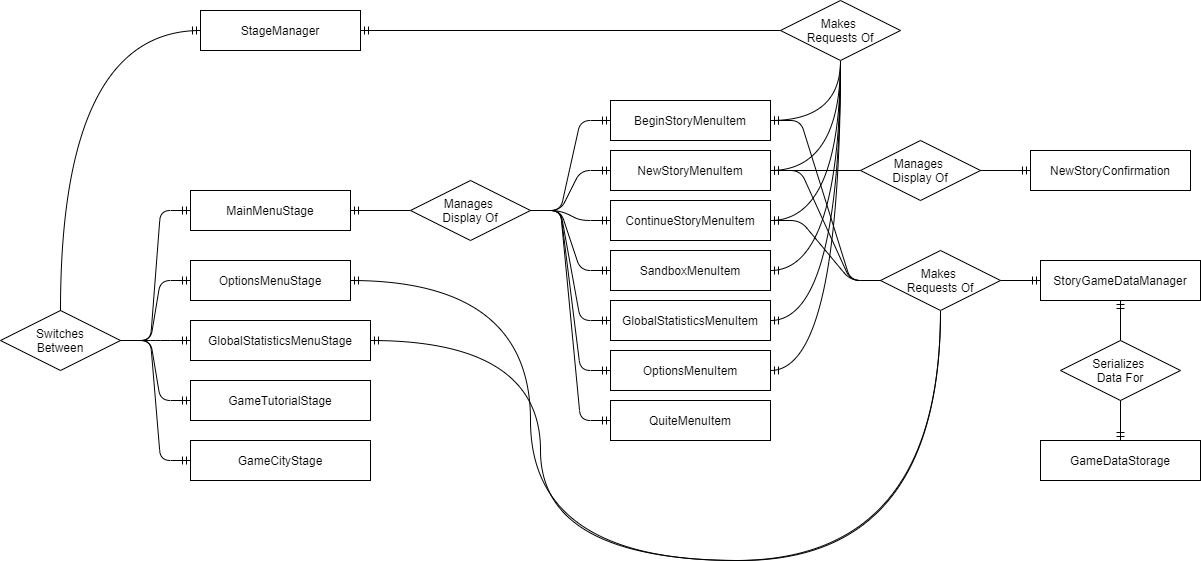
Before: docs/images/main_menu_erd.png, a diagram exported from draw.io (gaudeon/interstice_fall_of_atlas). Source tidied: cells renumbered, new cells last; positions are measured from the earlier drawing's top-left corner, leaving out a move shared by most shapes.
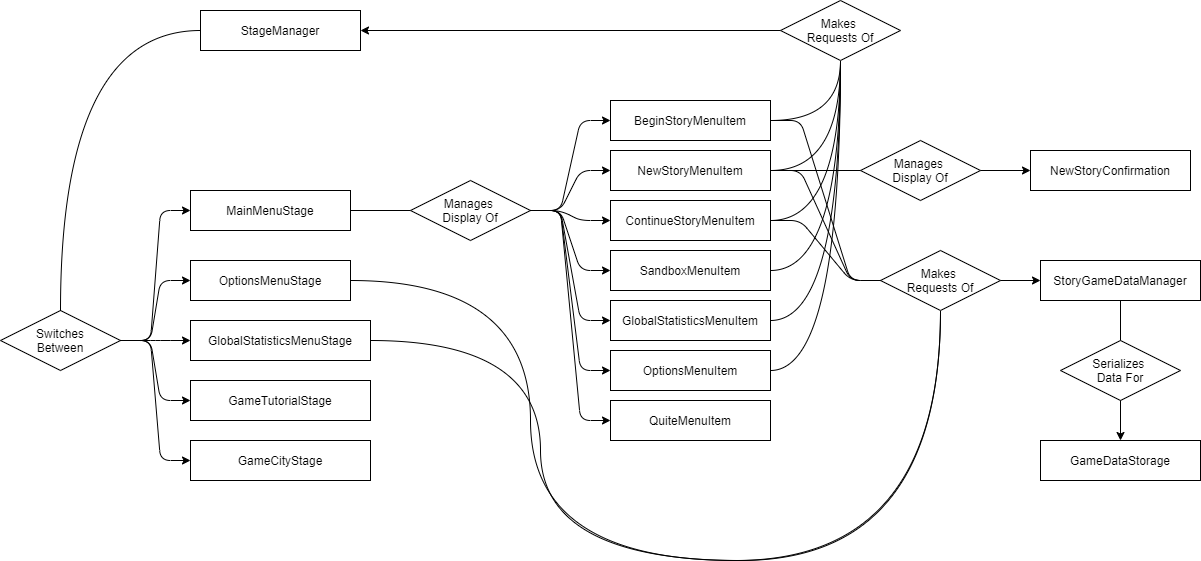
Above is the later version.

What changed in the source:
```diff
@@ -53,55 +53,55 @@
     <mxCell id="18" value="Switches&lt;br&gt;Between" style="shape=rhombus;perimeter=rhombusPerimeter;whiteSpace=wrap;html=1;align=center;" parent="1" vertex="1">
       <mxGeometry y="310" width="120" height="60" as="geometry" />
     </mxCell>
-    <mxCell id="19" style="edgeStyle=entityRelationEdgeStyle;fontSize=12;html=1;endArrow=ERmandOne;endFill=0;exitX=1;exitY=0.5;exitDx=0;exitDy=0;entryX=0;entryY=0.5;entryDx=0;entryDy=0;" parent="1" edge="1" source="18" target="17">
+    <mxCell id="19" style="edgeStyle=entityRelationEdgeStyle;fontSize=12;html=1;endArrow=classic;endFill=1;exitX=1;exitY=0.5;exitDx=0;exitDy=0;entryX=0;entryY=0.5;entryDx=0;entryDy=0;" parent="1" edge="1" source="18" target="17">
       <mxGeometry relative="1" as="geometry" />
     </mxCell>
-    <mxCell id="20" style="edgeStyle=entityRelationEdgeStyle;fontSize=12;html=1;endArrow=ERmandOne;endFill=0;exitX=1;exitY=0.5;exitDx=0;exitDy=0;entryX=0;entryY=0.5;entryDx=0;entryDy=0;" parent="1" edge="1" source="18" target="16">
+    <mxCell id="20" style="edgeStyle=entityRelationEdgeStyle;fontSize=12;html=1;endArrow=classic;endFill=1;exitX=1;exitY=0.5;exitDx=0;exitDy=0;entryX=0;entryY=0.5;entryDx=0;entryDy=0;" parent="1" edge="1" source="18" target="16">
       <mxGeometry relative="1" as="geometry" />
     </mxCell>
-    <mxCell id="21" style="edgeStyle=entityRelationEdgeStyle;fontSize=12;html=1;endArrow=ERmandOne;endFill=0;exitX=1;exitY=0.5;exitDx=0;exitDy=0;entryX=0;entryY=0.5;entryDx=0;entryDy=0;" parent="1" edge="1" source="18" target="15">
+    <mxCell id="21" style="edgeStyle=entityRelationEdgeStyle;fontSize=12;html=1;endArrow=classic;endFill=1;exitX=1;exitY=0.5;exitDx=0;exitDy=0;entryX=0;entryY=0.5;entryDx=0;entryDy=0;" parent="1" edge="1" source="18" target="15">
       <mxGeometry relative="1" as="geometry" />
     </mxCell>
-    <mxCell id="22" style="edgeStyle=entityRelationEdgeStyle;fontSize=12;html=1;endArrow=ERmandOne;endFill=0;exitX=1;exitY=0.5;exitDx=0;exitDy=0;entryX=0;entryY=0.5;entryDx=0;entryDy=0;" parent="1" edge="1" source="18" target="14">
+    <mxCell id="22" style="edgeStyle=entityRelationEdgeStyle;fontSize=12;html=1;endArrow=classic;endFill=1;exitX=1;exitY=0.5;exitDx=0;exitDy=0;entryX=0;entryY=0.5;entryDx=0;entryDy=0;" parent="1" edge="1" source="18" target="14">
       <mxGeometry relative="1" as="geometry" />
     </mxCell>
-    <mxCell id="23" style="edgeStyle=entityRelationEdgeStyle;fontSize=12;html=1;endArrow=ERmandOne;endFill=0;exitX=1;exitY=0.5;exitDx=0;exitDy=0;entryX=0;entryY=0.5;entryDx=0;entryDy=0;" parent="1" edge="1" source="18" target="3">
+    <mxCell id="23" style="edgeStyle=entityRelationEdgeStyle;fontSize=12;html=1;endArrow=classic;endFill=1;exitX=1;exitY=0.5;exitDx=0;exitDy=0;entryX=0;entryY=0.5;entryDx=0;entryDy=0;" parent="1" edge="1" source="18" target="3">
       <mxGeometry relative="1" as="geometry" />
     </mxCell>
     <mxCell id="24" value="Manages &lt;br&gt;Display Of" style="shape=rhombus;perimeter=rhombusPerimeter;whiteSpace=wrap;html=1;align=center;" parent="1" vertex="1">
       <mxGeometry x="410" y="180" width="120" height="60" as="geometry" />
     </mxCell>
-    <mxCell id="25" style="fontSize=12;html=1;endArrow=none;startArrow=ERmandOne;exitX=1;exitY=0.5;exitDx=0;exitDy=0;entryX=0;entryY=0.5;entryDx=0;entryDy=0;endFill=0;" parent="1" edge="1" source="3" target="24">
+    <mxCell id="25" style="fontSize=12;html=1;endArrow=none;startArrow=none;exitX=1;exitY=0.5;exitDx=0;exitDy=0;entryX=0;entryY=0.5;entryDx=0;entryDy=0;endFill=0;startFill=0;" parent="1" edge="1" source="3" target="24">
       <mxGeometry relative="1" as="geometry" />
     </mxCell>
-    <mxCell id="26" style="edgeStyle=entityRelationEdgeStyle;fontSize=12;html=1;endArrow=ERmandOne;endFill=0;exitX=1;exitY=0.5;exitDx=0;exitDy=0;entryX=0;entryY=0.5;entryDx=0;entryDy=0;" parent="1" edge="1" source="24" target="8">
+    <mxCell id="26" style="edgeStyle=entityRelationEdgeStyle;fontSize=12;html=1;endArrow=classic;endFill=1;exitX=1;exitY=0.5;exitDx=0;exitDy=0;entryX=0;entryY=0.5;entryDx=0;entryDy=0;" parent="1" edge="1" source="24" target="8">
       <mxGeometry relative="1" as="geometry" />
     </mxCell>
-    <mxCell id="27" style="edgeStyle=entityRelationEdgeStyle;fontSize=12;html=1;endArrow=ERmandOne;endFill=0;exitX=1;exitY=0.5;exitDx=0;exitDy=0;entryX=0;entryY=0.5;entryDx=0;entryDy=0;" parent="1" edge="1" source="24" target="4">
+    <mxCell id="27" style="edgeStyle=entityRelationEdgeStyle;fontSize=12;html=1;endArrow=classic;endFill=1;exitX=1;exitY=0.5;exitDx=0;exitDy=0;entryX=0;entryY=0.5;entryDx=0;entryDy=0;" parent="1" edge="1" source="24" target="4">
       <mxGeometry relative="1" as="geometry" />
     </mxCell>
-    <mxCell id="28" style="edgeStyle=entityRelationEdgeStyle;fontSize=12;html=1;endArrow=ERmandOne;endFill=0;exitX=1;exitY=0.5;exitDx=0;exitDy=0;entryX=0;entryY=0.5;entryDx=0;entryDy=0;" parent="1" edge="1" source="24" target="9">
+    <mxCell id="28" style="edgeStyle=entityRelationEdgeStyle;fontSize=12;html=1;endArrow=classic;endFill=1;exitX=1;exitY=0.5;exitDx=0;exitDy=0;entryX=0;entryY=0.5;entryDx=0;entryDy=0;" parent="1" edge="1" source="24" target="9">
       <mxGeometry relative="1" as="geometry" />
     </mxCell>
-    <mxCell id="29" style="edgeStyle=entityRelationEdgeStyle;fontSize=12;html=1;endArrow=ERmandOne;endFill=0;exitX=1;exitY=0.5;exitDx=0;exitDy=0;entryX=0;entryY=0.5;entryDx=0;entryDy=0;" parent="1" edge="1" source="24" target="10">
+    <mxCell id="29" style="edgeStyle=entityRelationEdgeStyle;fontSize=12;html=1;endArrow=classic;endFill=1;exitX=1;exitY=0.5;exitDx=0;exitDy=0;entryX=0;entryY=0.5;entryDx=0;entryDy=0;" parent="1" edge="1" source="24" target="10">
       <mxGeometry relative="1" as="geometry" />
     </mxCell>
-    <mxCell id="30" style="edgeStyle=entityRelationEdgeStyle;fontSize=12;html=1;endArrow=ERmandOne;endFill=0;exitX=1;exitY=0.5;exitDx=0;exitDy=0;entryX=0;entryY=0.5;entryDx=0;entryDy=0;" parent="1" edge="1" source="24" target="13">
+    <mxCell id="30" style="edgeStyle=entityRelationEdgeStyle;fontSize=12;html=1;endArrow=classic;endFill=1;exitX=1;exitY=0.5;exitDx=0;exitDy=0;entryX=0;entryY=0.5;entryDx=0;entryDy=0;" parent="1" edge="1" source="24" target="13">
       <mxGeometry relative="1" as="geometry" />
     </mxCell>
-    <mxCell id="31" style="edgeStyle=entityRelationEdgeStyle;fontSize=12;html=1;endArrow=ERmandOne;endFill=0;exitX=1;exitY=0.5;exitDx=0;exitDy=0;entryX=0;entryY=0.5;entryDx=0;entryDy=0;" parent="1" edge="1" source="24" target="12">
+    <mxCell id="31" style="edgeStyle=entityRelationEdgeStyle;fontSize=12;html=1;endArrow=classic;endFill=1;exitX=1;exitY=0.5;exitDx=0;exitDy=0;entryX=0;entryY=0.5;entryDx=0;entryDy=0;" parent="1" edge="1" source="24" target="12">
       <mxGeometry relative="1" as="geometry" />
     </mxCell>
-    <mxCell id="32" style="edgeStyle=entityRelationEdgeStyle;fontSize=12;html=1;endArrow=ERmandOne;endFill=0;exitX=1;exitY=0.5;exitDx=0;exitDy=0;entryX=0;entryY=0.5;entryDx=0;entryDy=0;" parent="1" edge="1" source="24" target="11">
+    <mxCell id="32" style="edgeStyle=entityRelationEdgeStyle;fontSize=12;html=1;endArrow=classic;endFill=1;exitX=1;exitY=0.5;exitDx=0;exitDy=0;entryX=0;entryY=0.5;entryDx=0;entryDy=0;" parent="1" edge="1" source="24" target="11">
       <mxGeometry relative="1" as="geometry" />
     </mxCell>
     <mxCell id="33" value="Manages &lt;br&gt;Display Of" style="shape=rhombus;perimeter=rhombusPerimeter;whiteSpace=wrap;html=1;align=center;" parent="1" vertex="1">
       <mxGeometry x="860" y="140" width="120" height="60" as="geometry" />
     </mxCell>
-    <mxCell id="34" style="fontSize=12;html=1;endArrow=none;startArrow=ERmandOne;exitX=1;exitY=0.5;exitDx=0;exitDy=0;entryX=0;entryY=0.5;entryDx=0;entryDy=0;endFill=0;" parent="1" edge="1" source="4" target="33">
+    <mxCell id="34" style="fontSize=12;html=1;endArrow=none;startArrow=none;exitX=1;exitY=0.5;exitDx=0;exitDy=0;entryX=0;entryY=0.5;entryDx=0;entryDy=0;endFill=0;startFill=0;" parent="1" edge="1" source="4" target="33">
       <mxGeometry relative="1" as="geometry" />
     </mxCell>
-    <mxCell id="35" style="fontSize=12;html=1;endArrow=ERmandOne;endFill=0;exitX=1;exitY=0.5;exitDx=0;exitDy=0;entryX=0;entryY=0.5;entryDx=0;entryDy=0;" parent="1" edge="1" source="33" target="5">
+    <mxCell id="35" style="fontSize=12;html=1;endArrow=classic;endFill=1;exitX=1;exitY=0.5;exitDx=0;exitDy=0;entryX=0;entryY=0.5;entryDx=0;entryDy=0;" parent="1" edge="1" source="33" target="5">
       <mxGeometry relative="1" as="geometry" />
     </mxCell>
     <mxCell id="36" value="Makes &lt;br&gt;Requests Of" style="shape=rhombus;perimeter=rhombusPerimeter;whiteSpace=wrap;html=1;align=center;" parent="1" vertex="1">
@@ -110,55 +110,55 @@
     <mxCell id="37" style="edgeStyle=none;rounded=0;orthogonalLoop=1;jettySize=auto;html=1;exitX=0.25;exitY=1;exitDx=0;exitDy=0;entryX=0.5;entryY=1;entryDx=0;entryDy=0;endArrow=none;endFill=0;" parent="1" edge="1" source="6" target="6">
       <mxGeometry relative="1" as="geometry" />
     </mxCell>
-    <mxCell id="38" style="edgeStyle=entityRelationEdgeStyle;fontSize=12;html=1;endArrow=none;startArrow=ERmandOne;exitX=1;exitY=0.5;exitDx=0;exitDy=0;entryX=0;entryY=0.5;entryDx=0;entryDy=0;endFill=0;" parent="1" edge="1" source="8" target="36">
+    <mxCell id="38" style="edgeStyle=entityRelationEdgeStyle;fontSize=12;html=1;endArrow=none;startArrow=none;exitX=1;exitY=0.5;exitDx=0;exitDy=0;entryX=0;entryY=0.5;entryDx=0;entryDy=0;endFill=0;startFill=0;" parent="1" edge="1" source="8" target="36">
       <mxGeometry relative="1" as="geometry" />
     </mxCell>
-    <mxCell id="39" style="edgeStyle=entityRelationEdgeStyle;fontSize=12;html=1;endArrow=none;startArrow=ERmandOne;exitX=1;exitY=0.5;exitDx=0;exitDy=0;entryX=0;entryY=0.5;entryDx=0;entryDy=0;endFill=0;" parent="1" edge="1" source="4" target="36">
+    <mxCell id="39" style="edgeStyle=entityRelationEdgeStyle;fontSize=12;html=1;endArrow=none;startArrow=none;exitX=1;exitY=0.5;exitDx=0;exitDy=0;entryX=0;entryY=0.5;entryDx=0;entryDy=0;endFill=0;startFill=0;" parent="1" edge="1" source="4" target="36">
       <mxGeometry relative="1" as="geometry" />
     </mxCell>
-    <mxCell id="40" style="edgeStyle=entityRelationEdgeStyle;fontSize=12;html=1;endArrow=none;startArrow=ERmandOne;exitX=1;exitY=0.5;exitDx=0;exitDy=0;entryX=0;entryY=0.5;entryDx=0;entryDy=0;endFill=0;" parent="1" edge="1" source="9" target="36">
+    <mxCell id="40" style="edgeStyle=entityRelationEdgeStyle;fontSize=12;html=1;endArrow=none;startArrow=none;exitX=1;exitY=0.5;exitDx=0;exitDy=0;entryX=0;entryY=0.5;entryDx=0;entryDy=0;endFill=0;startFill=0;" parent="1" edge="1" source="9" target="36">
       <mxGeometry relative="1" as="geometry" />
     </mxCell>
-    <mxCell id="41" style="fontSize=12;html=1;endArrow=ERmandOne;endFill=0;exitX=1;exitY=0.5;exitDx=0;exitDy=0;entryX=0;entryY=0.5;entryDx=0;entryDy=0;" parent="1" edge="1" source="36" target="6">
+    <mxCell id="41" style="fontSize=12;html=1;endArrow=classic;endFill=1;exitX=1;exitY=0.5;exitDx=0;exitDy=0;entryX=0;entryY=0.5;entryDx=0;entryDy=0;" parent="1" edge="1" source="36" target="6">
       <mxGeometry relative="1" as="geometry" />
     </mxCell>
     <mxCell id="42" value="Serializes &lt;br&gt;Data For" style="shape=rhombus;perimeter=rhombusPerimeter;whiteSpace=wrap;html=1;align=center;" parent="1" vertex="1">
       <mxGeometry x="1060" y="340" width="120" height="60" as="geometry" />
     </mxCell>
-    <mxCell id="43" style="fontSize=12;html=1;endArrow=none;startArrow=ERmandOne;exitX=0.5;exitY=1;exitDx=0;exitDy=0;entryX=0.5;entryY=0;entryDx=0;entryDy=0;endFill=0;" parent="1" edge="1" source="6" target="42">
+    <mxCell id="43" style="fontSize=12;html=1;endArrow=none;startArrow=none;exitX=0.5;exitY=1;exitDx=0;exitDy=0;entryX=0.5;entryY=0;entryDx=0;entryDy=0;endFill=0;startFill=0;" parent="1" edge="1" source="6" target="42">
       <mxGeometry relative="1" as="geometry" />
     </mxCell>
-    <mxCell id="44" style="fontSize=12;html=1;endArrow=none;startArrow=ERmandOne;exitX=0.5;exitY=0;exitDx=0;exitDy=0;entryX=0.5;entryY=1;entryDx=0;entryDy=0;endFill=0;" parent="1" edge="1" source="7" target="42">
+    <mxCell id="44" style="fontSize=12;html=1;endArrow=none;startArrow=classic;exitX=0.5;exitY=0;exitDx=0;exitDy=0;entryX=0.5;entryY=1;entryDx=0;entryDy=0;endFill=0;startFill=1;" parent="1" edge="1" source="7" target="42">
       <mxGeometry relative="1" as="geometry" />
     </mxCell>
-    <mxCell id="45" style="edgeStyle=orthogonalEdgeStyle;fontSize=12;html=1;endArrow=ERmandOne;exitX=0.5;exitY=0;exitDx=0;exitDy=0;entryX=0;entryY=0.5;entryDx=0;entryDy=0;curved=1;" parent="1" edge="1" source="18" target="2">
+    <mxCell id="45" style="edgeStyle=orthogonalEdgeStyle;fontSize=12;html=1;endArrow=none;exitX=0.5;exitY=0;exitDx=0;exitDy=0;entryX=0;entryY=0.5;entryDx=0;entryDy=0;curved=1;endFill=0;" parent="1" edge="1" source="18" target="2">
       <mxGeometry relative="1" as="geometry" />
     </mxCell>
     <mxCell id="46" value="Makes &lt;br&gt;Requests Of" style="shape=rhombus;perimeter=rhombusPerimeter;whiteSpace=wrap;html=1;align=center;" parent="1" vertex="1">
       <mxGeometry x="780" width="120" height="60" as="geometry" />
     </mxCell>
-    <mxCell id="47" style="edgeStyle=orthogonalEdgeStyle;fontSize=12;html=1;endArrow=none;startArrow=ERmandOne;exitX=1;exitY=0.5;exitDx=0;exitDy=0;entryX=0.5;entryY=1;entryDx=0;entryDy=0;endFill=0;curved=1;" parent="1" edge="1" source="8" target="46">
+    <mxCell id="47" style="edgeStyle=orthogonalEdgeStyle;fontSize=12;html=1;endArrow=none;startArrow=none;exitX=1;exitY=0.5;exitDx=0;exitDy=0;entryX=0.5;entryY=1;entryDx=0;entryDy=0;endFill=0;curved=1;startFill=0;" parent="1" edge="1" source="8" target="46">
       <mxGeometry relative="1" as="geometry" />
     </mxCell>
-    <mxCell id="48" style="edgeStyle=orthogonalEdgeStyle;fontSize=12;html=1;endArrow=none;startArrow=ERmandOne;exitX=1;exitY=0.5;exitDx=0;exitDy=0;entryX=0.5;entryY=1;entryDx=0;entryDy=0;endFill=0;curved=1;" parent="1" edge="1" source="4" target="46">
+    <mxCell id="48" style="edgeStyle=orthogonalEdgeStyle;fontSize=12;html=1;endArrow=none;startArrow=none;exitX=1;exitY=0.5;exitDx=0;exitDy=0;entryX=0.5;entryY=1;entryDx=0;entryDy=0;endFill=0;curved=1;startFill=0;" parent="1" edge="1" source="4" target="46">
       <mxGeometry relative="1" as="geometry" />
     </mxCell>
-    <mxCell id="49" style="edgeStyle=orthogonalEdgeStyle;fontSize=12;html=1;endArrow=none;startArrow=ERmandOne;exitX=1;exitY=0.5;exitDx=0;exitDy=0;entryX=0.5;entryY=1;entryDx=0;entryDy=0;endFill=0;curved=1;" parent="1" edge="1" source="9" target="46">
+    <mxCell id="49" style="edgeStyle=orthogonalEdgeStyle;fontSize=12;html=1;endArrow=none;startArrow=none;exitX=1;exitY=0.5;exitDx=0;exitDy=0;entryX=0.5;entryY=1;entryDx=0;entryDy=0;endFill=0;curved=1;startFill=0;" parent="1" edge="1" source="9" target="46">
       <mxGeometry relative="1" as="geometry" />
     </mxCell>
-    <mxCell id="50" style="edgeStyle=orthogonalEdgeStyle;fontSize=12;html=1;endArrow=none;startArrow=ERmandOne;exitX=1;exitY=0.5;exitDx=0;exitDy=0;entryX=0.5;entryY=1;entryDx=0;entryDy=0;endFill=0;curved=1;" parent="1" edge="1" source="10" target="46">
+    <mxCell id="50" style="edgeStyle=orthogonalEdgeStyle;fontSize=12;html=1;endArrow=none;startArrow=none;exitX=1;exitY=0.5;exitDx=0;exitDy=0;entryX=0.5;entryY=1;entryDx=0;entryDy=0;endFill=0;curved=1;startFill=0;" parent="1" edge="1" source="10" target="46">
       <mxGeometry relative="1" as="geometry" />
     </mxCell>
-    <mxCell id="51" style="edgeStyle=orthogonalEdgeStyle;fontSize=12;html=1;endArrow=none;startArrow=ERmandOne;exitX=1;exitY=0.5;exitDx=0;exitDy=0;entryX=0.5;entryY=1;entryDx=0;entryDy=0;endFill=0;curved=1;" parent="1" edge="1" source="13" target="46">
+    <mxCell id="51" style="edgeStyle=orthogonalEdgeStyle;fontSize=12;html=1;endArrow=none;startArrow=none;exitX=1;exitY=0.5;exitDx=0;exitDy=0;entryX=0.5;entryY=1;entryDx=0;entryDy=0;endFill=0;curved=1;startFill=0;" parent="1" edge="1" source="13" target="46">
       <mxGeometry relative="1" as="geometry" />
     </mxCell>
-    <mxCell id="52" style="edgeStyle=orthogonalEdgeStyle;fontSize=12;html=1;endArrow=none;startArrow=ERmandOne;exitX=1;exitY=0.5;exitDx=0;exitDy=0;entryX=0.5;entryY=1;entryDx=0;entryDy=0;endFill=0;curved=1;" parent="1" edge="1" source="12" target="46">
+    <mxCell id="52" style="edgeStyle=orthogonalEdgeStyle;fontSize=12;html=1;endArrow=none;startArrow=none;exitX=1;exitY=0.5;exitDx=0;exitDy=0;entryX=0.5;entryY=1;entryDx=0;entryDy=0;endFill=0;curved=1;startFill=0;" parent="1" edge="1" source="12" target="46">
       <mxGeometry relative="1" as="geometry" />
     </mxCell>
-    <mxCell id="53" style="fontSize=12;html=1;endArrow=ERmandOne;endFill=0;exitX=0;exitY=0.5;exitDx=0;exitDy=0;entryX=1;entryY=0.5;entryDx=0;entryDy=0;" parent="1" edge="1" source="46" target="2">
+    <mxCell id="53" style="fontSize=12;html=1;endArrow=classic;endFill=1;exitX=0;exitY=0.5;exitDx=0;exitDy=0;entryX=1;entryY=0.5;entryDx=0;entryDy=0;" parent="1" edge="1" source="46" target="2">
       <mxGeometry relative="1" as="geometry" />
     </mxCell>
-    <mxCell id="54" style="edgeStyle=orthogonalEdgeStyle;fontSize=12;html=1;endArrow=none;startArrow=ERmandOne;exitX=1;exitY=0.5;exitDx=0;exitDy=0;entryX=0.5;entryY=1;entryDx=0;entryDy=0;endFill=0;curved=1;" parent="1" edge="1" source="15" target="36">
+    <mxCell id="54" style="edgeStyle=orthogonalEdgeStyle;fontSize=12;html=1;endArrow=none;startArrow=none;exitX=1;exitY=0.5;exitDx=0;exitDy=0;entryX=0.5;entryY=1;entryDx=0;entryDy=0;endFill=0;curved=1;startFill=0;" parent="1" edge="1" source="15" target="36">
       <mxGeometry relative="1" as="geometry">
         <Array as="points">
           <mxPoint x="540" y="340" />
@@ -167,7 +167,7 @@
         </Array>
       </mxGeometry>
     </mxCell>
-    <mxCell id="55" style="edgeStyle=orthogonalEdgeStyle;fontSize=12;html=1;endArrow=none;startArrow=ERmandOne;exitX=1;exitY=0.5;exitDx=0;exitDy=0;entryX=0.5;entryY=1;entryDx=0;entryDy=0;endFill=0;curved=1;" parent="1" edge="1" source="14" target="36">
+    <mxCell id="55" style="edgeStyle=orthogonalEdgeStyle;fontSize=12;html=1;endArrow=none;startArrow=none;exitX=1;exitY=0.5;exitDx=0;exitDy=0;entryX=0.5;entryY=1;entryDx=0;entryDy=0;endFill=0;curved=1;startFill=0;" parent="1" edge="1" source="14" target="36">
       <mxGeometry relative="1" as="geometry">
         <Array as="points">
           <mxPoint x="530" y="280" />
```
